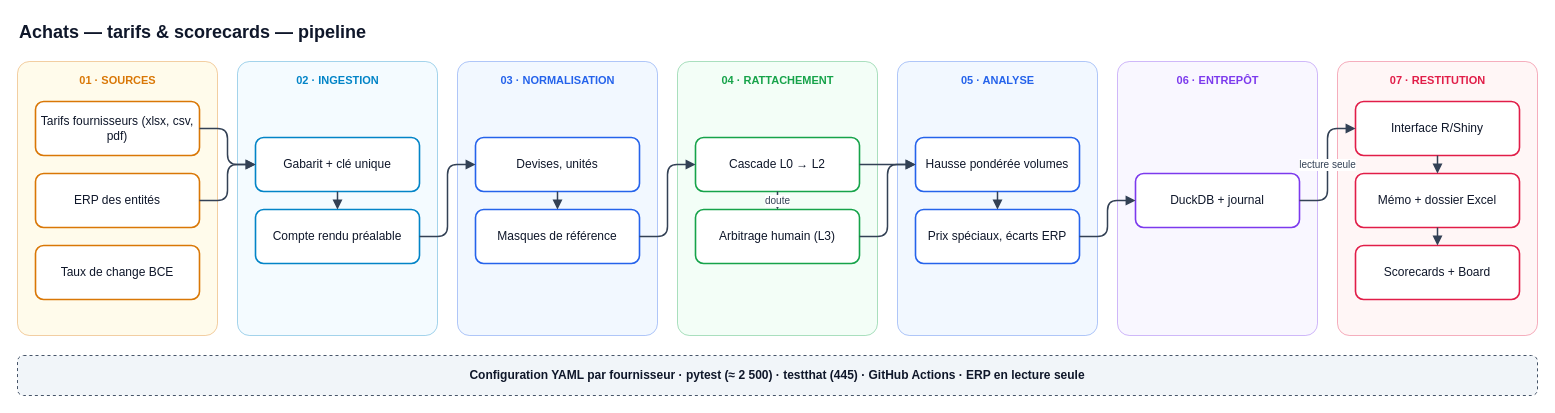
Earlier version of the draw.io diagram diagrams/achats-negociation.drawio (PDUCLOS/pduclos.github.io). Source tidied: cells renumbered, new cells numbered last; positions are measured from the earlier drawing's top-left corner, leaving out a move shared by most shapes. Both pictures are drawn from the tidied source at 100%, with x=0, y=0 at pixel (17, 17).
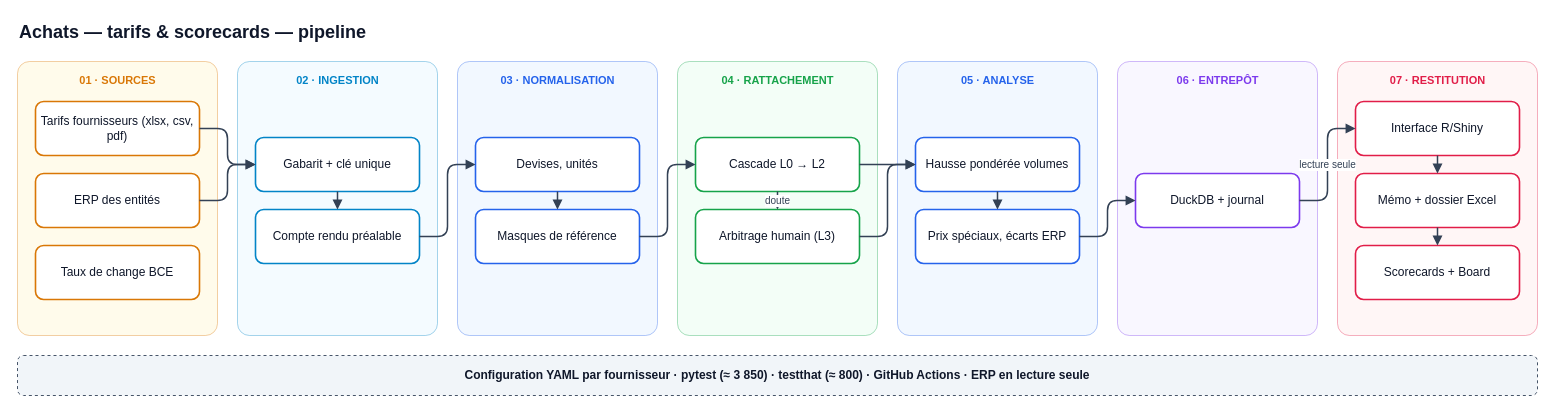
After the change.

Change to the diagram source:
```diff
@@
-    <mxCell id="32" value="Configuration YAML par fournisseur · pytest (≈ 2 500) · testthat (445) · GitHub Actions · ERP en lecture seule" style="rounded=1;whiteSpace=wrap;html=1;fillColor=#F1F5F9;strokeColor=#475569;dashed=1;fontSize=12;fontColor=#0F172A;fontStyle=1;fontFamily=Helvetica;" parent="1" vertex="1">
+    <mxCell id="32" value="Configuration YAML par fournisseur · pytest (≈ 3 850) · testthat (≈ 800) · GitHub Actions · ERP en lecture seule" style="rounded=1;whiteSpace=wrap;html=1;fillColor=#F1F5F9;strokeColor=#475569;dashed=1;fontSize=12;fontColor=#0F172A;fontStyle=1;fontFamily=Helvetica;" parent="1" vertex="1">
       <mxGeometry y="338" width="1520" height="40" as="geometry" />
     </mxCell>
```
